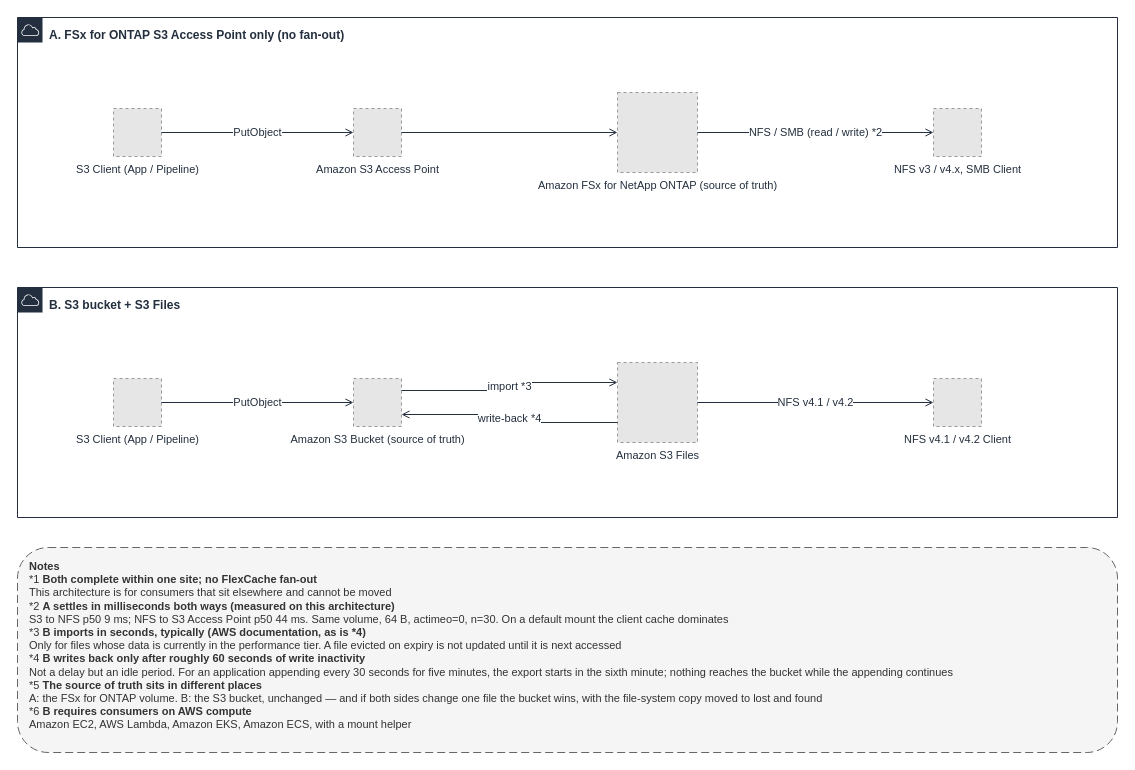
Before: docs/_assets/diagrams/s3burst-single-site-options-en.drawio in Yoshiki0705/S3-Burst-on-ONTAP-Files, a draw.io diagram. Source tidied: cells renumbered, new cells numbered last; positions are measured from the earlier drawing's top-left corner, leaving out a move shared by most shapes. Both pictures are drawn from the tidied source at 100%, with x=0, y=0 at pixel (17, 17). Pictures stored in the file or linked from it are replaced by grey dashed boxes.
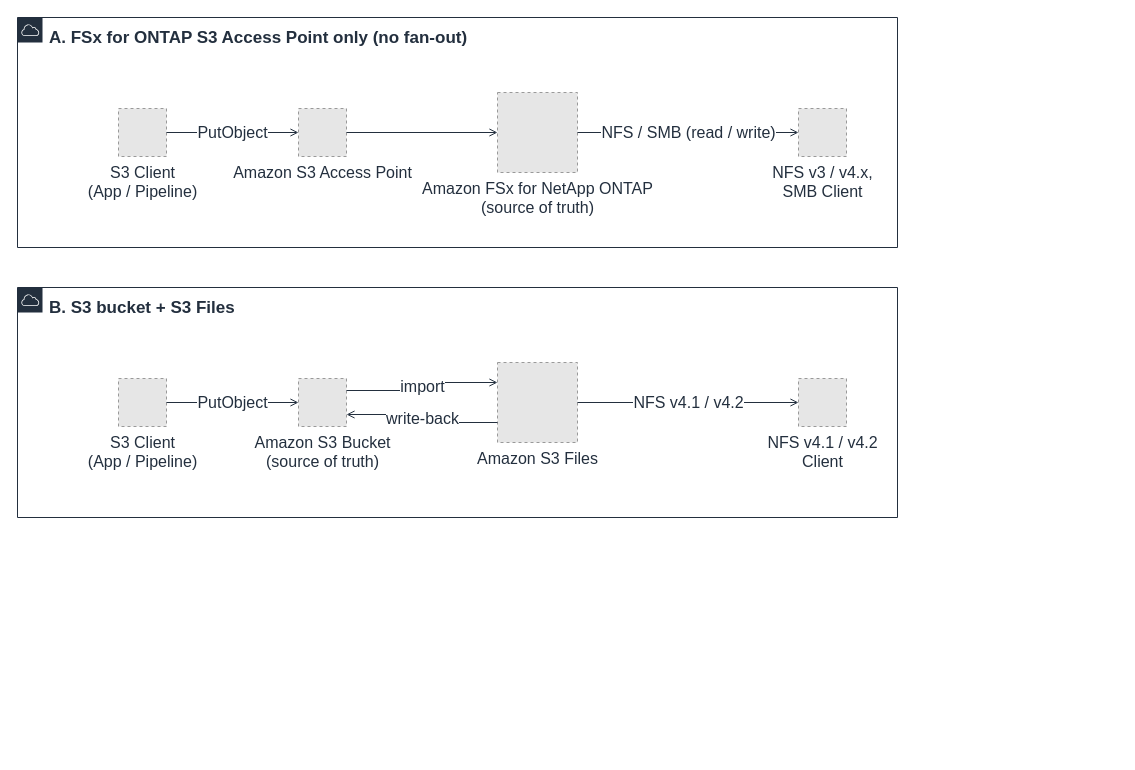
After the change.

Commit message (it also covers changes not shown here):
fix: make the single-site figure readable without splitting it (#103)

What changed in the source:
```diff
@@
 <mxGraphModel>
   <root>
     <mxCell id="0" />
     <mxCell id="1" parent="0" />
-    <mxCell id="2" value="A. FSx for ONTAP S3 Access Point only (no fan-out)" style="gradientColor=none;html=1;whiteSpace=wrap;fontSize=12;fontStyle=1;fontColor=#232F3E;shape=mxgraph.aws4.group;grIcon=mxgraph.aws4.group_aws_cloud;strokeColor=#232F3E;fillColor=none;verticalAlign=top;align=left;spacingLeft=30;spacingTop=4;dashed=0;" parent="1" vertex="1">
-      <mxGeometry width="1100" height="230" as="geometry" />
+    <mxCell id="2" value="A. FSx for ONTAP S3 Access Point only (no fan-out)" style="gradientColor=none;html=1;whiteSpace=wrap;fontSize=17;fontStyle=1;fontColor=#232F3E;shape=mxgraph.aws4.group;grIcon=mxgraph.aws4.group_aws_cloud;strokeColor=#232F3E;fillColor=none;verticalAlign=top;align=left;spacingLeft=30;spacingTop=4;dashed=0;" parent="1" vertex="1">
+      <mxGeometry width="880" height="230" as="geometry" />
     </mxCell>
-    <mxCell id="3" value="B. S3 bucket + S3 Files" style="gradientColor=none;html=1;whiteSpace=wrap;fontSize=12;fontStyle=1;fontColor=#232F3E;shape=mxgraph.aws4.group;grIcon=mxgraph.aws4.group_aws_cloud;strokeColor=#232F3E;fillColor=none;verticalAlign=top;align=left;spacingLeft=30;spacingTop=4;dashed=0;" parent="1" vertex="1">
-      <mxGeometry y="270" width="1100" height="230" as="geometry" />
+    <mxCell id="3" value="B. S3 bucket + S3 Files" style="gradientColor=none;html=1;whiteSpace=wrap;fontSize=17;fontStyle=1;fontColor=#232F3E;shape=mxgraph.aws4.group;grIcon=mxgraph.aws4.group_aws_cloud;strokeColor=#232F3E;fillColor=none;verticalAlign=top;align=left;spacingLeft=30;spacingTop=4;dashed=0;" parent="1" vertex="1">
+      <mxGeometry y="270" width="880" height="230" as="geometry" />
     </mxCell>
-    <mxCell id="4" value="S3 Client (App / Pipeline)" style="fillColor=#E6E6E6;strokeColor=#999999;dashed=1;html=1;verticalLabelPosition=bottom;verticalAlign=top;labelPosition=center;align=center;fontSize=11;fontColor=#232F3E;" parent="1" vertex="1">
-      <mxGeometry x="96" y="91" width="48" height="48" as="geometry" />
+    <mxCell id="4" value="S3 Client&#10;(App / Pipeline)" style="fillColor=#E6E6E6;strokeColor=#999999;dashed=1;html=1;verticalLabelPosition=bottom;verticalAlign=top;labelPosition=center;align=center;fontSize=16;fontColor=#232F3E;" parent="1" vertex="1">
+      <mxGeometry x="101" y="91" width="48" height="48" as="geometry" />
     </mxCell>
-    <mxCell id="5" value="Amazon S3 Access Point" style="fillColor=#E6E6E6;strokeColor=#999999;dashed=1;html=1;verticalLabelPosition=bottom;verticalAlign=top;labelPosition=center;align=center;fontSize=11;fontColor=#232F3E;" parent="1" vertex="1">
-      <mxGeometry x="336" y="91" width="48" height="48" as="geometry" />
+    <mxCell id="5" value="Amazon S3 Access Point" style="fillColor=#E6E6E6;strokeColor=#999999;dashed=1;html=1;verticalLabelPosition=bottom;verticalAlign=top;labelPosition=center;align=center;fontSize=16;fontColor=#232F3E;" parent="1" vertex="1">
+      <mxGeometry x="281" y="91" width="48" height="48" as="geometry" />
     </mxCell>
-    <mxCell id="6" value="Amazon FSx for NetApp ONTAP (source of truth)" style="fillColor=#E6E6E6;strokeColor=#999999;dashed=1;html=1;verticalLabelPosition=bottom;verticalAlign=top;labelPosition=center;align=center;fontSize=11;fontColor=#232F3E;" parent="1" vertex="1">
-      <mxGeometry x="600" y="75" width="80" height="80" as="geometry" />
+    <mxCell id="6" value="Amazon FSx for NetApp ONTAP&#10;(source of truth)" style="fillColor=#E6E6E6;strokeColor=#999999;dashed=1;html=1;verticalLabelPosition=bottom;verticalAlign=top;labelPosition=center;align=center;fontSize=16;fontColor=#232F3E;" parent="1" vertex="1">
+      <mxGeometry x="480" y="75" width="80" height="80" as="geometry" />
     </mxCell>
-    <mxCell id="7" value="NFS v3 / v4.x, SMB Client" style="fillColor=#E6E6E6;strokeColor=#999999;dashed=1;html=1;verticalLabelPosition=bottom;verticalAlign=top;labelPosition=center;align=center;fontSize=11;fontColor=#232F3E;" parent="1" vertex="1">
-      <mxGeometry x="916" y="91" width="48" height="48" as="geometry" />
+    <mxCell id="7" value="NFS v3 / v4.x,&#10;SMB Client" style="fillColor=#E6E6E6;strokeColor=#999999;dashed=1;html=1;verticalLabelPosition=bottom;verticalAlign=top;labelPosition=center;align=center;fontSize=16;fontColor=#232F3E;" parent="1" vertex="1">
+      <mxGeometry x="781" y="91" width="48" height="48" as="geometry" />
     </mxCell>
-    <mxCell id="8" value="S3 Client (App / Pipeline)" style="fillColor=#E6E6E6;strokeColor=#999999;dashed=1;html=1;verticalLabelPosition=bottom;verticalAlign=top;labelPosition=center;align=center;fontSize=11;fontColor=#232F3E;" parent="1" vertex="1">
-      <mxGeometry x="96" y="361" width="48" height="48" as="geometry" />
+    <mxCell id="8" value="S3 Client&#10;(App / Pipeline)" style="fillColor=#E6E6E6;strokeColor=#999999;dashed=1;html=1;verticalLabelPosition=bottom;verticalAlign=top;labelPosition=center;align=center;fontSize=16;fontColor=#232F3E;" parent="1" vertex="1">
+      <mxGeometry x="101" y="361" width="48" height="48" as="geometry" />
     </mxCell>
-    <mxCell id="9" value="Amazon S3 Bucket (source of truth)" style="fillColor=#E6E6E6;strokeColor=#999999;dashed=1;html=1;verticalLabelPosition=bottom;verticalAlign=top;labelPosition=center;align=center;fontSize=11;fontColor=#232F3E;" parent="1" vertex="1">
-      <mxGeometry x="336" y="361" width="48" height="48" as="geometry" />
+    <mxCell id="9" value="Amazon S3 Bucket&#10;(source of truth)" style="fillColor=#E6E6E6;strokeColor=#999999;dashed=1;html=1;verticalLabelPosition=bottom;verticalAlign=top;labelPosition=center;align=center;fontSize=16;fontColor=#232F3E;" parent="1" vertex="1">
+      <mxGeometry x="281" y="361" width="48" height="48" as="geometry" />
     </mxCell>
-    <mxCell id="10" value="Amazon S3 Files" style="fillColor=#E6E6E6;strokeColor=#999999;dashed=1;html=1;verticalLabelPosition=bottom;verticalAlign=top;labelPosition=center;align=center;fontSize=11;fontColor=#232F3E;" parent="1" vertex="1">
-      <mxGeometry x="600" y="345" width="80" height="80" as="geometry" />
+    <mxCell id="10" value="Amazon S3 Files" style="fillColor=#E6E6E6;strokeColor=#999999;dashed=1;html=1;verticalLabelPosition=bottom;verticalAlign=top;labelPosition=center;align=center;fontSize=16;fontColor=#232F3E;" parent="1" vertex="1">
+      <mxGeometry x="480" y="345" width="80" height="80" as="geometry" />
     </mxCell>
-    <mxCell id="11" value="NFS v4.1 / v4.2 Client" style="fillColor=#E6E6E6;strokeColor=#999999;dashed=1;html=1;verticalLabelPosition=bottom;verticalAlign=top;labelPosition=center;align=center;fontSize=11;fontColor=#232F3E;" parent="1" vertex="1">
-      <mxGeometry x="916" y="361" width="48" height="48" as="geometry" />
+    <mxCell id="11" value="NFS v4.1 / v4.2&#10;Client" style="fillColor=#E6E6E6;strokeColor=#999999;dashed=1;html=1;verticalLabelPosition=bottom;verticalAlign=top;labelPosition=center;align=center;fontSize=16;fontColor=#232F3E;" parent="1" vertex="1">
+      <mxGeometry x="781" y="361" width="48" height="48" as="geometry" />
     </mxCell>
-    <mxCell id="12" value="PutObject" style="edgeStyle=orthogonalEdgeStyle;rounded=0;html=1;endArrow=open;endFill=0;strokeColor=#232F3E;strokeWidth=1;fontSize=11;fontColor=#232F3E;" parent="1" edge="1" source="4" target="5">
+    <mxCell id="12" value="PutObject" style="edgeStyle=orthogonalEdgeStyle;rounded=0;html=1;endArrow=open;endFill=0;strokeColor=#232F3E;strokeWidth=1;fontSize=16;fontColor=#232F3E;" parent="1" edge="1" source="4" target="5">
       <mxGeometry relative="1" as="geometry" />
     </mxCell>
-    <mxCell id="13" style="edgeStyle=orthogonalEdgeStyle;rounded=0;html=1;endArrow=open;endFill=0;strokeColor=#232F3E;strokeWidth=1;fontSize=11;fontColor=#232F3E;" parent="1" edge="1" source="5" target="6">
+    <mxCell id="13" style="edgeStyle=orthogonalEdgeStyle;rounded=0;html=1;endArrow=open;endFill=0;strokeColor=#232F3E;strokeWidth=1;fontSize=16;fontColor=#232F3E;" parent="1" edge="1" source="5" target="6">
       <mxGeometry relative="1" as="geometry" />
     </mxCell>
-    <mxCell id="14" value="NFS / SMB (read / write) *2" style="edgeStyle=orthogonalEdgeStyle;rounded=0;html=1;endArrow=open;endFill=0;strokeColor=#232F3E;strokeWidth=1;fontSize=11;fontColor=#232F3E;" parent="1" edge="1" source="6" target="7">
+    <mxCell id="14" value="NFS / SMB (read / write)" style="edgeStyle=orthogonalEdgeStyle;rounded=0;html=1;endArrow=open;endFill=0;strokeColor=#232F3E;strokeWidth=1;fontSize=16;fontColor=#232F3E;" parent="1" edge="1" source="6" target="7">
       <mxGeometry relative="1" as="geometry" />
     </mxCell>
-    <mxCell id="15" value="PutObject" style="edgeStyle=orthogonalEdgeStyle;rounded=0;html=1;endArrow=open;endFill=0;strokeColor=#232F3E;strokeWidth=1;fontSize=11;fontColor=#232F3E;" parent="1" edge="1" source="8" target="9">
+    <mxCell id="15" value="PutObject" style="edgeStyle=orthogonalEdgeStyle;rounded=0;html=1;endArrow=open;endFill=0;strokeColor=#232F3E;strokeWidth=1;fontSize=16;fontColor=#232F3E;" parent="1" edge="1" source="8" target="9">
       <mxGeometry relative="1" as="geometry" />
     </mxCell>
-    <mxCell id="16" value="import *3" style="edgeStyle=orthogonalEdgeStyle;rounded=0;html=1;endArrow=open;endFill=0;strokeColor=#232F3E;strokeWidth=1;fontSize=11;fontColor=#232F3E;exitX=1;exitY=0.25;exitDx=0;exitDy=0;entryX=0;entryY=0.25;entryDx=0;entryDy=0;" parent="1" edge="1" source="9" target="10">
+    <mxCell id="16" value="import" style="edgeStyle=orthogonalEdgeStyle;rounded=0;html=1;endArrow=open;endFill=0;strokeColor=#232F3E;strokeWidth=1;fontSize=16;fontColor=#232F3E;exitX=1;exitY=0.25;exitDx=0;exitDy=0;entryX=0;entryY=0.25;entryDx=0;entryDy=0;" parent="1" edge="1" source="9" target="10">
       <mxGeometry relative="1" as="geometry" />
     </mxCell>
-    <mxCell id="17" value="write-back *4" style="edgeStyle=orthogonalEdgeStyle;rounded=0;html=1;endArrow=open;endFill=0;strokeColor=#232F3E;strokeWidth=1;fontSize=11;fontColor=#232F3E;exitX=0;exitY=0.75;exitDx=0;exitDy=0;entryX=1;entryY=0.75;entryDx=0;entryDy=0;" parent="1" edge="1" source="10" target="9">
+    <mxCell id="17" value="write-back" style="edgeStyle=orthogonalEdgeStyle;rounded=0;html=1;endArrow=open;endFill=0;strokeColor=#232F3E;strokeWidth=1;fontSize=16;fontColor=#232F3E;exitX=0;exitY=0.75;exitDx=0;exitDy=0;entryX=1;entryY=0.75;entryDx=0;entryDy=0;" parent="1" edge="1" source="10" target="9">
       <mxGeometry relative="1" as="geometry" />
     </mxCell>
-    <mxCell id="18" value="NFS v4.1 / v4.2" style="edgeStyle=orthogonalEdgeStyle;rounded=0;html=1;endArrow=open;endFill=0;strokeColor=#232F3E;strokeWidth=1;fontSize=11;fontColor=#232F3E;" parent="1" edge="1" source="10" target="11">
+    <mxCell id="18" value="NFS v4.1 / v4.2" style="edgeStyle=orthogonalEdgeStyle;rounded=0;html=1;endArrow=open;endFill=0;strokeColor=#232F3E;strokeWidth=1;fontSize=16;fontColor=#232F3E;" parent="1" edge="1" source="10" target="11">
       <mxGeometry relative="1" as="geometry" />
     </mxCell>
-    <mxCell id="19" value="&lt;b&gt;Notes&lt;/b&gt;&lt;br&gt;*1 &lt;b&gt;Both complete within one site; no FlexCache fan-out&lt;/b&gt;&lt;br&gt;This architecture is for consumers that sit elsewhere and cannot be moved&lt;br&gt;*2 &lt;b&gt;A settles in milliseconds both ways (measured on this architecture)&lt;/b&gt;&lt;br&gt;S3 to NFS p50 9 ms; NFS to S3 Access Point p50 44 ms. Same volume, 64 B, actimeo=0, n=30. On a default mount the client cache dominates&lt;br&gt;*3 &lt;b&gt;B imports in seconds, typically (AWS documentation, as is *4)&lt;/b&gt;&lt;br&gt;Only for files whose data is currently in the performance tier. A file evicted on expiry is not updated until it is next accessed&lt;br&gt;*4 &lt;b&gt;B writes back only after roughly 60 seconds of write inactivity&lt;/b&gt;&lt;br&gt;Not a delay but an idle period. For an application appending every 30 seconds for five minutes, the export starts in the sixth minute; nothing reaches the bucket while the appending continues&lt;br&gt;*5 &lt;b&gt;The source of truth sits in different places&lt;/b&gt;&lt;br&gt;A: the FSx for ONTAP volume. B: the S3 bucket, unchanged — and if both sides change one file the bucket wins, with the file-system copy moved to lost and found&lt;br&gt;*6 &lt;b&gt;B requires consumers on AWS compute&lt;/b&gt;&lt;br&gt;Amazon EC2, AWS Lambda, Amazon EKS, Amazon ECS, with a mount helper" style="rounded=1;whiteSpace=wrap;html=1;dashed=1;dashPattern=8 4;strokeColor=#666666;fillColor=#F5F5F5;fontColor=#333333;fontSize=11;align=left;verticalAlign=top;spacingLeft=10;spacingTop=6;" parent="1" vertex="1">
-      <mxGeometry y="530" width="1100" height="205" as="geometry" />
-    </mxCell>
   </root>
 </mxGraphModel>
```
